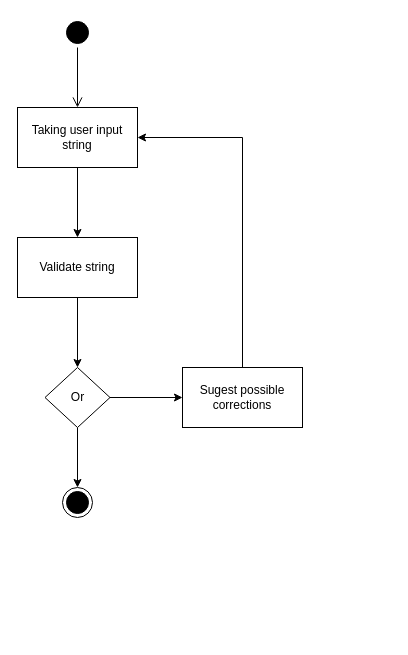
Above: diagrams/M1.drawio in whzd/thesis (draw.io), before the change. Source tidied: cells renumbered, new cells numbered last; positions are measured from the earlier drawing's top-left corner, leaving out a move shared by most shapes. Both pictures are drawn from the tidied source at 100%, with x=0, y=0 at pixel (17, 17).
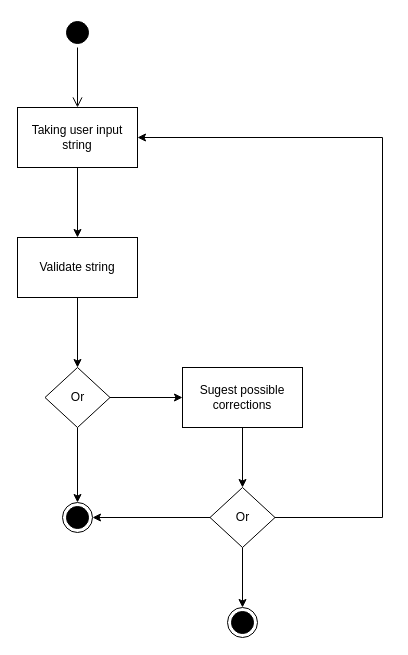
The same diagram, later.

Unchanged cells that the change refers to:
```xml
<mxCell id="6" value="Taking user input string" style="rounded=0;whiteSpace=wrap;html=1;strokeColor=#000000;fillColor=#FFFFFF;" parent="1" vertex="1">
  <mxGeometry y="90" width="120" height="60" as="geometry" />
</mxCell>
<mxCell id="13" value="Sugest possible corrections" style="rounded=0;whiteSpace=wrap;html=1;strokeColor=#000000;fillColor=#FFFFFF;" parent="1" vertex="1">
  <mxGeometry x="165" y="350" width="120" height="60" as="geometry" />
</mxCell>
```

Change to the diagram source:
```diff
@@
     <mxCell id="4" style="ellipse;html=1;shape=endState;fillColor=#000000;strokeColor=#000000;" parent="1" vertex="1">
-      <mxGeometry x="45" y="470" width="30" height="30" as="geometry" />
+      <mxGeometry x="45" y="485" width="30" height="30" as="geometry" />
     </mxCell>
@@
-    <mxCell id="12" style="edgeStyle=orthogonalEdgeStyle;rounded=0;jettySize=auto;html=1;strokeColor=#000000;" parent="1" edge="1" source="13" target="6">
-      <mxGeometry relative="1" as="geometry">
-        <Array as="points">
-          <mxPoint x="225" y="120" />
-        </Array>
-      </mxGeometry>
-    </mxCell>
+    <mxCell id="14" style="edgeStyle=orthogonalEdgeStyle;rounded=0;jettySize=auto;html=1;" parent="1" edge="1" source="13" target="18">
+      <mxGeometry relative="1" as="geometry" />
+    </mxCell>
@@
+    <mxCell id="15" style="edgeStyle=orthogonalEdgeStyle;rounded=0;jettySize=auto;html=1;" parent="1" edge="1" source="18" target="19">
+      <mxGeometry relative="1" as="geometry" />
+    </mxCell>
+    <mxCell id="16" style="edgeStyle=orthogonalEdgeStyle;rounded=0;jettySize=auto;html=1;" parent="1" edge="1" source="18" target="4">
+      <mxGeometry relative="1" as="geometry" />
+    </mxCell>
+    <mxCell id="17" style="edgeStyle=orthogonalEdgeStyle;rounded=0;jettySize=auto;html=1;" parent="1" edge="1" source="18" target="6">
+      <mxGeometry relative="1" as="geometry">
+        <Array as="points">
+          <mxPoint x="365" y="500" />
+          <mxPoint x="365" y="120" />
+        </Array>
+      </mxGeometry>
+    </mxCell>
+    <mxCell id="18" value="Or" style="rhombus;whiteSpace=wrap;html=1;strokeColor=#000000;fillColor=#FFFFFF;" parent="1" vertex="1">
+      <mxGeometry x="192.5" y="470" width="65" height="60" as="geometry" />
+    </mxCell>
+    <mxCell id="19" style="ellipse;html=1;shape=endState;fillColor=#000000;strokeColor=#000000;" parent="1" vertex="1">
+      <mxGeometry x="210" y="590" width="30" height="30" as="geometry" />
+    </mxCell>
```
